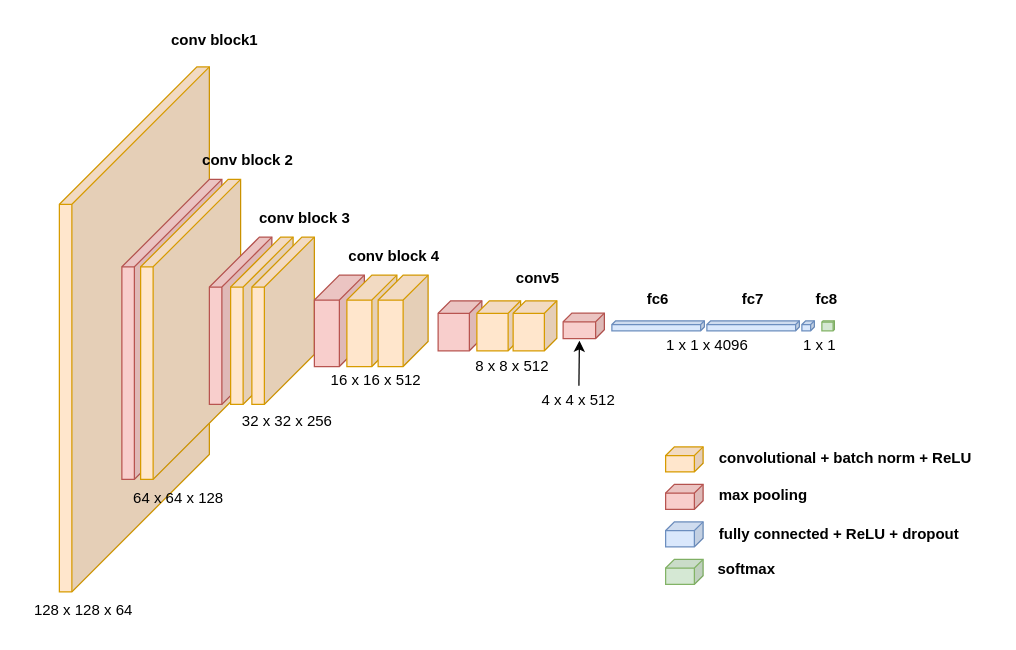
Above: vgg16_xml.drawio in BenCretois/Neural-Network-Architecture-Diagrams (draw.io), before the change. Source tidied: cells renumbered, new cells numbered last; positions are measured from the earlier drawing's top-left corner, leaving out a move shared by most shapes. Both pictures are drawn from the tidied source at 125%, with x=0, y=0 at pixel (21, 21).
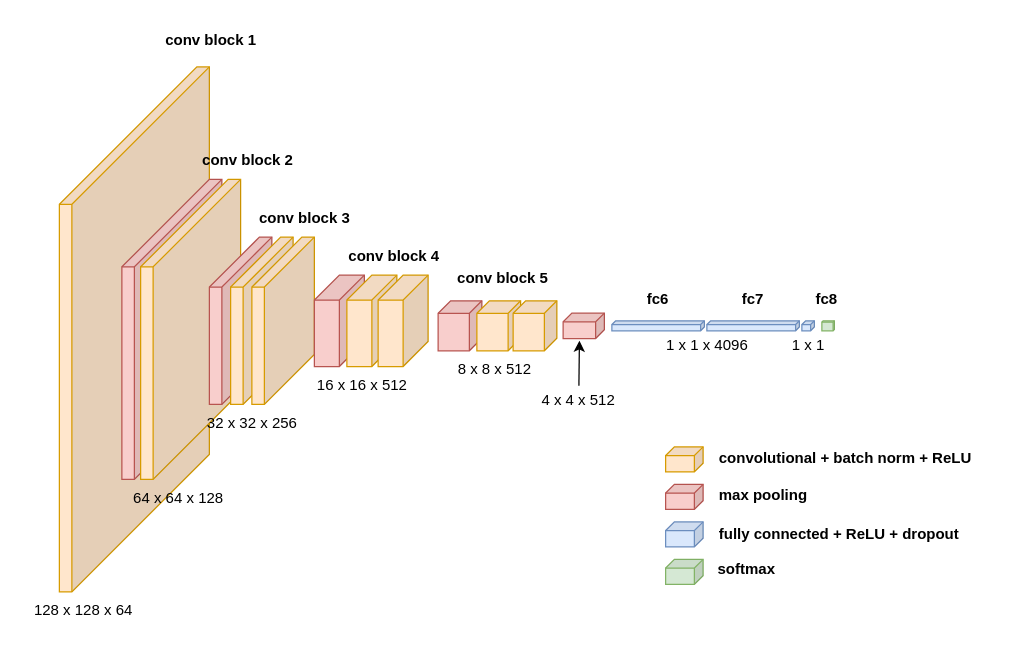
The same diagram, later.

What changed in the source:
```diff
@@
-    <mxCell id="22" value="&lt;b&gt;conv block1&lt;/b&gt;" style="text;html=1;strokeColor=none;fillColor=none;align=center;verticalAlign=middle;whiteSpace=wrap;rounded=0;" parent="1" vertex="1">
-      <mxGeometry x="111.5" width="85" height="30" as="geometry" />
+    <mxCell id="22" value="&lt;b&gt;conv block 1&lt;/b&gt;" style="text;html=1;strokeColor=none;fillColor=none;align=center;verticalAlign=middle;whiteSpace=wrap;rounded=0;" parent="1" vertex="1">
+      <mxGeometry x="109" width="85" height="30" as="geometry" />
     </mxCell>
@@
-    <mxCell id="26" value="&lt;b&gt;conv5&lt;/b&gt;" style="text;html=1;strokeColor=none;fillColor=none;align=center;verticalAlign=middle;whiteSpace=wrap;rounded=0;" parent="1" vertex="1">
-      <mxGeometry x="393" y="190" width="40" height="30" as="geometry" />
+    <mxCell id="26" value="&lt;b&gt;conv block 5&lt;/b&gt;" style="text;html=1;strokeColor=none;fillColor=none;align=center;verticalAlign=middle;whiteSpace=wrap;rounded=0;" parent="1" vertex="1">
+      <mxGeometry x="337" y="190" width="96" height="30" as="geometry" />
     </mxCell>
@@
     <mxCell id="32" value="32 x 32 x 256" style="text;html=1;strokeColor=none;fillColor=none;align=center;verticalAlign=middle;whiteSpace=wrap;rounded=0;" parent="1" vertex="1">
-      <mxGeometry x="163" y="305" width="99" height="30" as="geometry" />
+      <mxGeometry x="135" y="306" width="99" height="30" as="geometry" />
     </mxCell>
     <mxCell id="33" value="16 x 16 x 512" style="text;html=1;strokeColor=none;fillColor=none;align=center;verticalAlign=middle;whiteSpace=wrap;rounded=0;" parent="1" vertex="1">
-      <mxGeometry x="234" y="272" width="99" height="30" as="geometry" />
+      <mxGeometry x="223" y="276" width="99" height="30" as="geometry" />
     </mxCell>
     <mxCell id="34" value="8 x 8 x 512" style="text;html=1;strokeColor=none;fillColor=none;align=center;verticalAlign=middle;whiteSpace=wrap;rounded=0;" parent="1" vertex="1">
-      <mxGeometry x="343" y="261.1" width="99" height="30" as="geometry" />
+      <mxGeometry x="329" y="263.1" width="99" height="30" as="geometry" />
     </mxCell>
@@
     <mxCell id="39" value="1 x 1" style="text;html=1;strokeColor=none;fillColor=none;align=center;verticalAlign=middle;whiteSpace=wrap;rounded=0;" parent="1" vertex="1">
-      <mxGeometry x="589" y="247.1" width="99" height="24" as="geometry" />
+      <mxGeometry x="579.5" y="247.1" width="99" height="24" as="geometry" />
     </mxCell>
```
